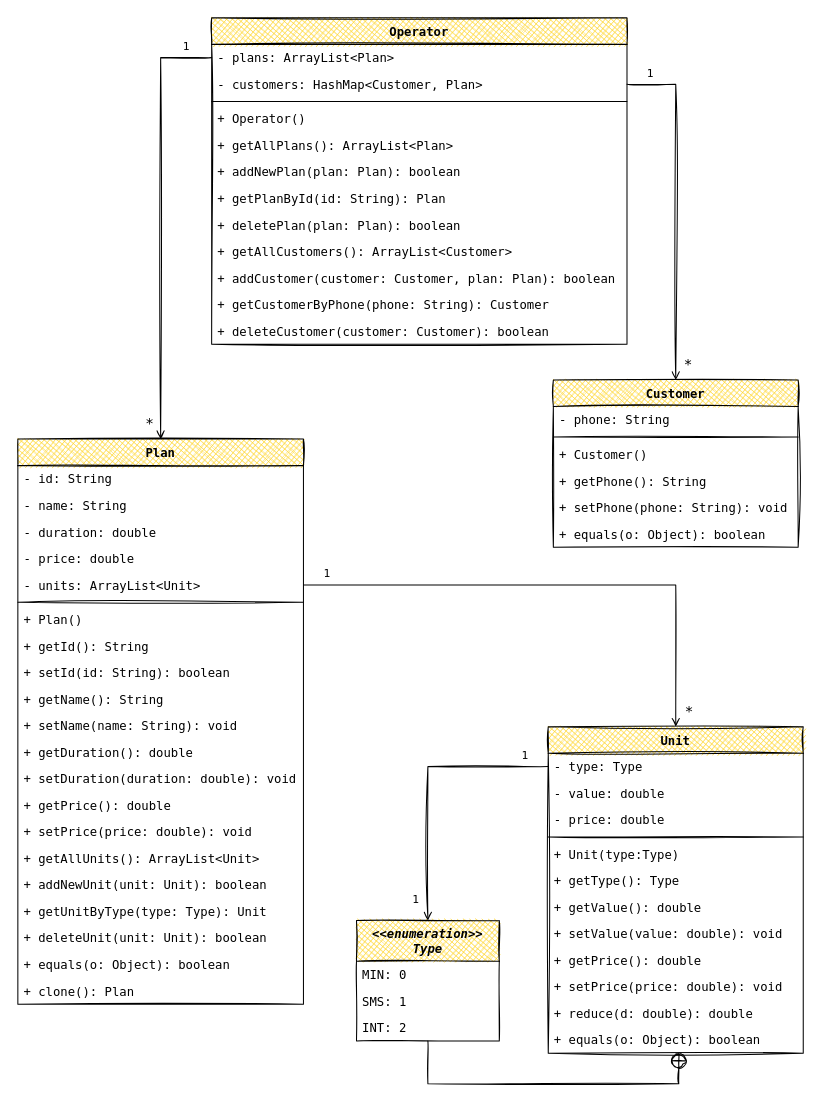
Before: diagram.drawio in satarovbekzhan/cellular-communication, a draw.io diagram. Source tidied: cells renumbered, new cells numbered last; positions are measured from the earlier drawing's top-left corner, leaving out a move shared by most shapes. Both pictures are drawn from the tidied source at 102%, with x=0, y=0 at pixel (17, 17).
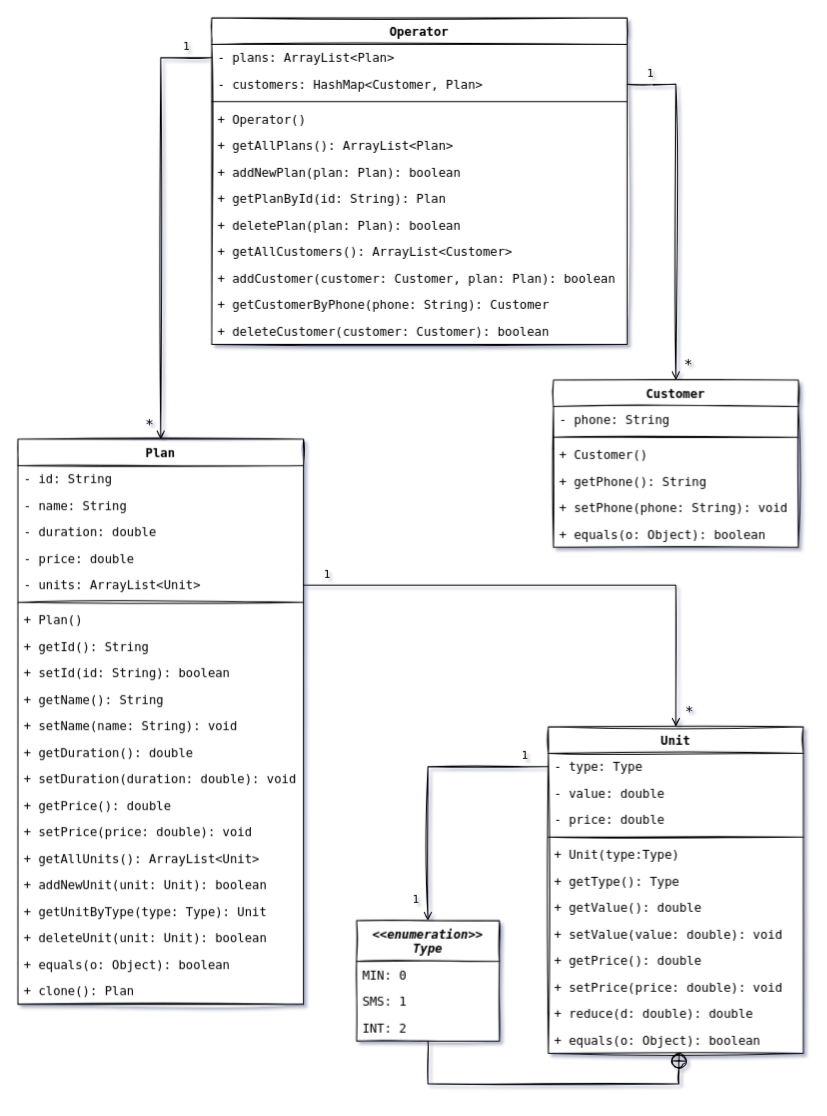
The same page after the edit.

Commit message (it also covers changes not shown here):
feat: diagram.png is now responsive to github dark mode

The edit, as a diff of the source:
```diff
@@
-<mxGraphModel>
+<mxGraphModel shadow="1">
@@
-    <mxCell id="2" value="Operator&#10;" style="swimlane;fontStyle=1;align=center;verticalAlign=top;horizontal=1;startSize=26;sketch=1;swimlaneFillColor=none;fontFamily=Lucida Console;fillStyle=cross-hatch;fillColor=#FFD52E;glass=0;swimlaneLine=1;" parent="1" vertex="1">
+    <mxCell id="2" value="Operator&#10;" style="swimlane;fontStyle=1;align=center;verticalAlign=top;horizontal=1;startSize=26;sketch=1;swimlaneFillColor=default;fontFamily=Lucida Console;fillStyle=auto;glass=0;swimlaneLine=1;" parent="1" vertex="1">
       <mxGeometry x="190" width="407.2" height="320" as="geometry" />
     </mxCell>
@@
-    <mxCell id="15" value="Unit" style="swimlane;fontStyle=1;align=center;verticalAlign=top;horizontal=1;startSize=26;sketch=1;swimlaneFillColor=none;fontFamily=Lucida Console;fillStyle=cross-hatch;fillColor=#FFD52E;" parent="1" vertex="1">
+    <mxCell id="15" value="Unit" style="swimlane;fontStyle=1;align=center;verticalAlign=top;horizontal=1;startSize=26;sketch=1;swimlaneFillColor=default;fontFamily=Lucida Console;fillStyle=auto;fillColor=default;" parent="1" vertex="1">
       <mxGeometry x="520" y="695" width="250" height="320" as="geometry" />
     </mxCell>
@@
-    <mxCell id="28" value="Plan" style="swimlane;fontStyle=1;align=center;verticalAlign=top;horizontal=1;startSize=26;sketch=1;swimlaneFillColor=none;fontFamily=Lucida Console;fillStyle=cross-hatch;fillColor=#FFD52E;" parent="1" vertex="1">
+    <mxCell id="28" value="Plan" style="swimlane;fontStyle=1;align=center;verticalAlign=top;horizontal=1;startSize=26;sketch=1;swimlaneFillColor=default;fontFamily=Lucida Console;fillStyle=auto;fillColor=default;" parent="1" vertex="1">
       <mxGeometry y="413" width="280" height="554" as="geometry" />
     </mxCell>
@@
-    <mxCell id="50" value="Customer&#10;" style="swimlane;fontStyle=1;align=center;verticalAlign=top;horizontal=1;startSize=26;sketch=1;swimlaneFillColor=none;fontFamily=Lucida Console;fillStyle=cross-hatch;fillColor=#FFD52E;" parent="1" vertex="1">
+    <mxCell id="50" value="Customer&#10;" style="swimlane;fontStyle=1;align=center;verticalAlign=top;horizontal=1;startSize=26;sketch=1;swimlaneFillColor=default;fontFamily=Lucida Console;fillStyle=auto;fillColor=default;" parent="1" vertex="1">
       <mxGeometry x="525" y="355" width="240" height="164" as="geometry" />
     </mxCell>
@@
-    <mxCell id="57" value="&lt;&lt;enumeration&gt;&gt;&#10;Type" style="swimlane;fontStyle=3;horizontal=1;startSize=40;fillColor=#FFD52E;sketch=1;fontFamily=Lucida Console;fillStyle=cross-hatch;" parent="1" vertex="1">
+    <mxCell id="57" value="&lt;&lt;enumeration&gt;&gt;&#10;Type" style="swimlane;fontStyle=3;horizontal=1;startSize=40;fillColor=default;sketch=1;fontFamily=Lucida Console;fillStyle=auto;swimlaneFillColor=default;gradientColor=none;gradientDirection=south;" parent="1" vertex="1">
       <mxGeometry x="332" y="885" width="140" height="118" as="geometry" />
     </mxCell>
```
